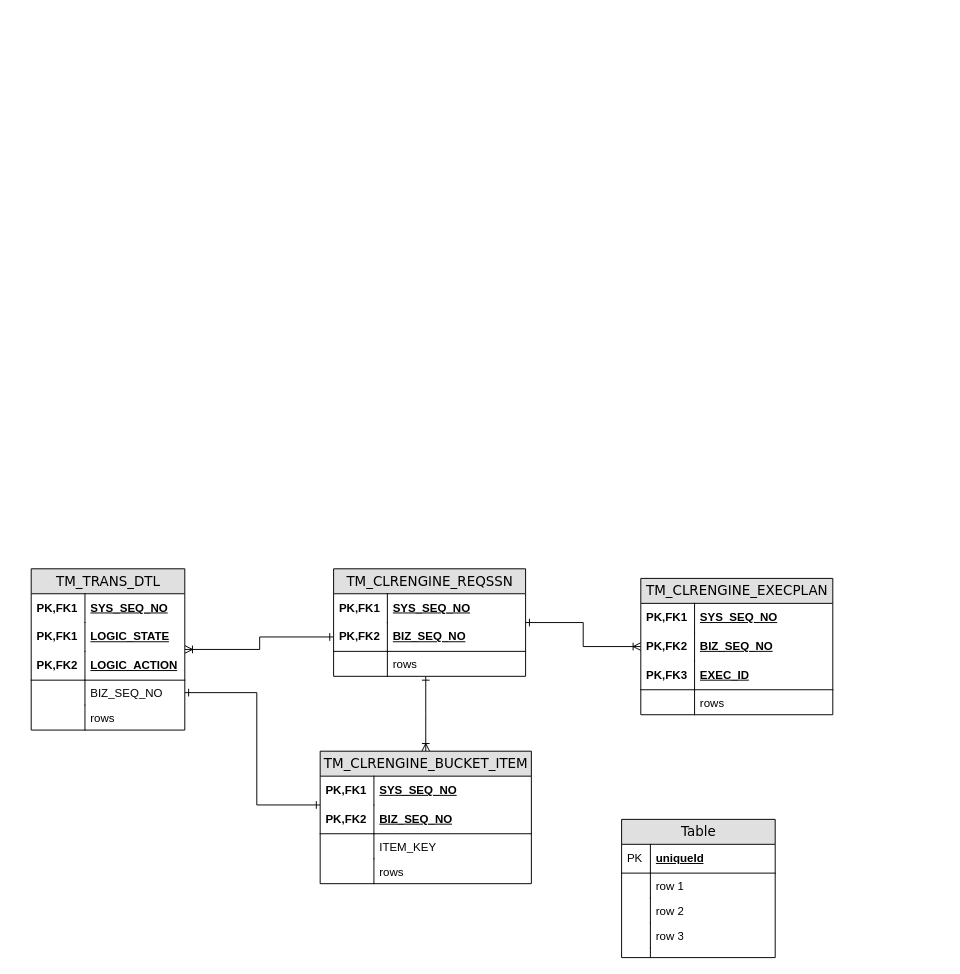
Before: 清算引擎数据结构图.drawio in staconfree/design, a draw.io diagram. Source tidied: cells renumbered, new cells numbered last; positions are measured from the earlier drawing's top-left corner, leaving out a move shared by most shapes. Both pictures are drawn from the tidied source at 96%, with x=0, y=0 at pixel (31, 568).
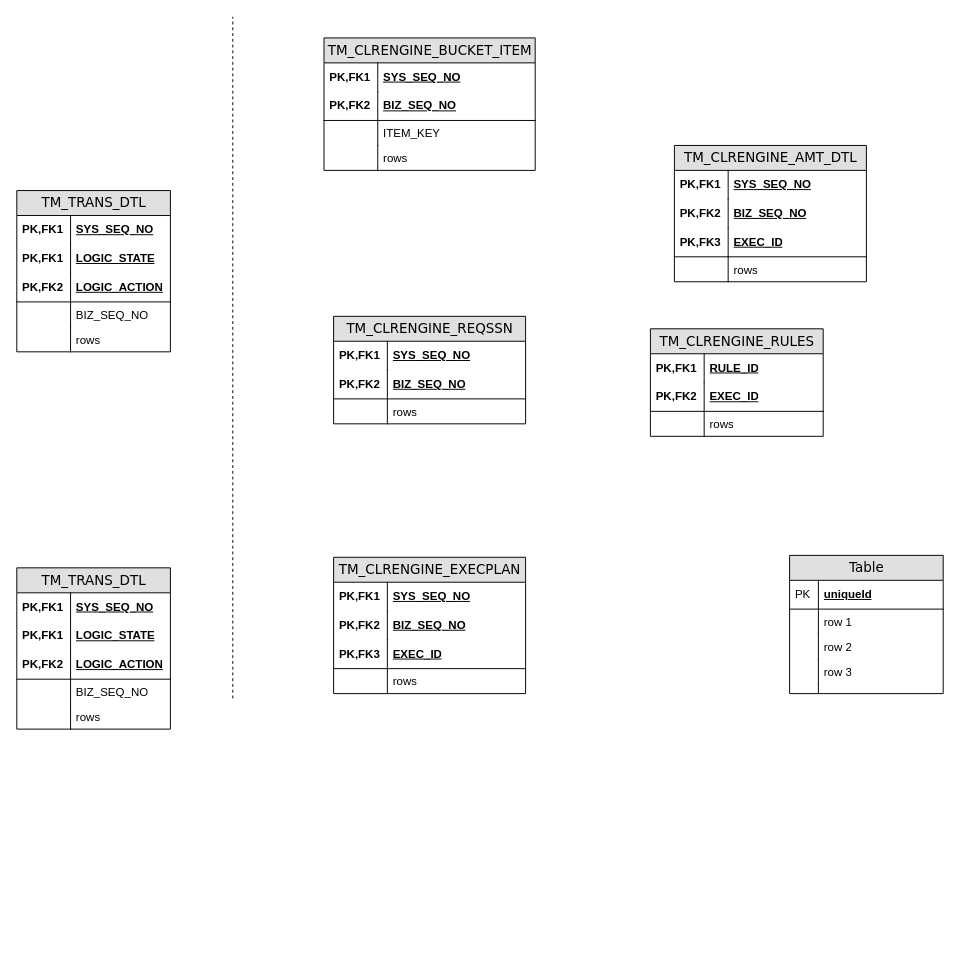
After the change.

Commit message (it also covers changes not shown here):
更新清算引擎数据结构图.drawio

Unchanged cells that the change refers to:
```xml
<mxCell id="22" value="BIZ_SEQ_NO" style="shape=partialRectangle;top=0;left=0;right=0;bottom=0;html=1;align=left;verticalAlign=top;fillColor=none;spacingLeft=60;spacingRight=4;whiteSpace=wrap;overflow=hidden;points=[[0,0.5],[1,0.5]];portConstraint=eastwest;" parent="15" vertex="1">
  <mxGeometry y="116" width="160" height="26" as="geometry" />
</mxCell>
<mxCell id="31" value="BIZ_SEQ_NO" style="shape=partialRectangle;top=0;left=0;right=0;bottom=1;html=1;align=left;verticalAlign=middle;fillColor=none;spacingLeft=60;spacingRight=4;whiteSpace=wrap;overflow=hidden;points=[[0,0.5],[1,0.5]];portConstraint=eastwest;fontStyle=5;" parent="28" vertex="1">
  <mxGeometry y="56" width="200" height="30" as="geometry" />
</mxCell>
```

Diff of the diagram source:
```diff
@@
     <mxCell id="2" value="Table" style="swimlane;html=1;fontStyle=0;horizontal=1;startSize=26;fillColor=#e0e0e0;swimlaneFillColor=#ffffff;align=center;rounded=0;shadow=0;comic=0;labelBackgroundColor=none;strokeColor=#000000;strokeWidth=1;fontFamily=Verdana;fontSize=14;fontColor=#000000;swimlaneLine=1;" parent="1" vertex="1">
-      <mxGeometry x="615" y="261" width="160" height="144" as="geometry" />
+      <mxGeometry x="790" y="-14" width="160" height="144" as="geometry" />
     </mxCell>
@@
-    <mxCell id="13" style="edgeStyle=elbowEdgeStyle;rounded=0;jettySize=auto;html=1;entryX=0;entryY=0.5;entryDx=0;entryDy=0;endArrow=ERone;endFill=0;startArrow=ERoneToMany;startFill=0;" parent="1" edge="1" source="15" target="31">
-      <mxGeometry relative="1" as="geometry" />
-    </mxCell>
-    <mxCell id="14" style="edgeStyle=orthogonalEdgeStyle;rounded=0;jettySize=auto;html=1;startArrow=ERone;startFill=0;endArrow=ERone;endFill=0;exitX=1;exitY=0.5;exitDx=0;exitDy=0;" parent="1" edge="1" source="22" target="44">
-      <mxGeometry relative="1" as="geometry">
-        <Array as="points">
-          <mxPoint x="235" y="129" />
-          <mxPoint x="235" y="246" />
-        </Array>
-      </mxGeometry>
-    </mxCell>
     <mxCell id="15" value="TM_TRANS_DTL" style="swimlane;html=1;fontStyle=0;horizontal=1;startSize=26;fillColor=#e0e0e0;swimlaneFillColor=#ffffff;align=center;rounded=0;shadow=0;comic=0;labelBackgroundColor=none;strokeColor=#000000;strokeWidth=1;fontFamily=Verdana;fontSize=14;fontColor=#000000;" parent="1" vertex="1">
-      <mxGeometry width="160" height="168" as="geometry" />
+      <mxGeometry x="-15" y="-394" width="160" height="168" as="geometry" />
     </mxCell>
@@
-    <mxCell id="26" style="edgeStyle=elbowEdgeStyle;rounded=0;jettySize=auto;html=1;startArrow=ERone;startFill=0;endArrow=ERoneToMany;endFill=0;" parent="1" edge="1" source="28" target="35">
-      <mxGeometry relative="1" as="geometry" />
-    </mxCell>
-    <mxCell id="27" style="edgeStyle=elbowEdgeStyle;rounded=0;jettySize=auto;html=1;entryX=0.5;entryY=0;entryDx=0;entryDy=0;startArrow=ERone;startFill=0;endArrow=ERoneToMany;endFill=0;" parent="1" edge="1" source="28" target="44">
-      <mxGeometry relative="1" as="geometry" />
-    </mxCell>
     <mxCell id="28" value="TM_CLRENGINE_REQSSN" style="swimlane;html=1;fontStyle=0;horizontal=1;startSize=26;fillColor=#e0e0e0;swimlaneFillColor=#ffffff;align=center;rounded=0;shadow=0;comic=0;labelBackgroundColor=none;strokeColor=#000000;strokeWidth=1;fontFamily=Verdana;fontSize=14;fontColor=#000000;" parent="1" vertex="1">
-      <mxGeometry x="315" width="200" height="112" as="geometry" />
+      <mxGeometry x="315" y="-263" width="200" height="112" as="geometry" />
     </mxCell>
@@
     <mxCell id="35" value="TM_CLRENGINE_EXECPLAN" style="swimlane;html=1;fontStyle=0;horizontal=1;startSize=26;fillColor=#e0e0e0;swimlaneFillColor=#ffffff;align=center;rounded=0;shadow=0;comic=0;labelBackgroundColor=none;strokeColor=#000000;strokeWidth=1;fontFamily=Verdana;fontSize=14;fontColor=#000000;" parent="1" vertex="1">
-      <mxGeometry x="635" y="10" width="200" height="142" as="geometry" />
+      <mxGeometry x="315" y="-12" width="200" height="142" as="geometry" />
     </mxCell>
@@
     <mxCell id="44" value="TM_CLRENGINE_BUCKET_ITEM" style="swimlane;html=1;fontStyle=0;horizontal=1;startSize=26;fillColor=#e0e0e0;swimlaneFillColor=#ffffff;align=center;rounded=0;shadow=0;comic=0;labelBackgroundColor=none;strokeColor=#000000;strokeWidth=1;fontFamily=Verdana;fontSize=14;fontColor=#000000;" parent="1" vertex="1">
-      <mxGeometry x="301" y="190" width="220" height="138" as="geometry" />
+      <mxGeometry x="305" y="-553" width="220" height="138" as="geometry" />
     </mxCell>
@@
+    <mxCell id="53" value="TM_CLRENGINE_AMT_DTL" style="swimlane;html=1;fontStyle=0;horizontal=1;startSize=26;fillColor=#e0e0e0;swimlaneFillColor=#ffffff;align=center;rounded=0;shadow=0;comic=0;labelBackgroundColor=none;strokeColor=#000000;strokeWidth=1;fontFamily=Verdana;fontSize=14;fontColor=#000000;" parent="1" vertex="1">
+      <mxGeometry x="670" y="-441" width="200" height="142" as="geometry" />
+    </mxCell>
+    <mxCell id="54" value="SYS_SEQ_NO" style="shape=partialRectangle;top=0;left=0;right=0;bottom=0;html=1;align=left;verticalAlign=middle;fillColor=none;spacingLeft=60;spacingRight=4;whiteSpace=wrap;overflow=hidden;fontStyle=5;" parent="53" vertex="1">
+      <mxGeometry y="26" width="200" height="30" as="geometry" />
+    </mxCell>
+    <mxCell id="55" value="PK,FK1" style="shape=partialRectangle;fontStyle=1;top=0;left=0;bottom=0;html=1;fillColor=none;align=left;verticalAlign=middle;spacingLeft=4;spacingRight=4;whiteSpace=wrap;overflow=hidden;" parent="54" vertex="1">
+      <mxGeometry width="56" height="30" as="geometry" />
+    </mxCell>
+    <mxCell id="56" value="BIZ_SEQ_NO" style="shape=partialRectangle;top=0;left=0;right=0;bottom=0;html=1;align=left;verticalAlign=middle;fillColor=none;spacingLeft=60;spacingRight=4;whiteSpace=wrap;overflow=hidden;fontStyle=5;" parent="53" vertex="1">
+      <mxGeometry y="56" width="200" height="30" as="geometry" />
+    </mxCell>
+    <mxCell id="57" value="PK,FK2" style="shape=partialRectangle;fontStyle=1;top=0;left=0;bottom=0;html=1;fillColor=none;align=left;verticalAlign=middle;spacingLeft=4;spacingRight=4;whiteSpace=wrap;overflow=hidden;" parent="56" vertex="1">
+      <mxGeometry width="56" height="30" as="geometry" />
+    </mxCell>
+    <mxCell id="58" value="EXEC_ID" style="shape=partialRectangle;top=0;left=0;right=0;bottom=1;html=1;align=left;verticalAlign=middle;fillColor=none;spacingLeft=60;spacingRight=4;whiteSpace=wrap;overflow=hidden;fontStyle=5;" parent="53" vertex="1">
+      <mxGeometry y="86" width="200" height="30" as="geometry" />
+    </mxCell>
+    <mxCell id="59" value="&lt;div&gt;PK,FK3&lt;/div&gt;" style="shape=partialRectangle;fontStyle=1;top=0;left=0;bottom=0;html=1;fillColor=none;align=left;verticalAlign=middle;spacingLeft=4;spacingRight=4;whiteSpace=wrap;overflow=hidden;" parent="58" vertex="1">
+      <mxGeometry width="56" height="30" as="geometry" />
+    </mxCell>
+    <mxCell id="60" value="&lt;div&gt;rows&lt;/div&gt;" style="shape=partialRectangle;top=0;left=0;right=0;bottom=0;html=1;align=left;verticalAlign=top;fillColor=none;spacingLeft=60;spacingRight=4;whiteSpace=wrap;overflow=hidden;" parent="53" vertex="1">
+      <mxGeometry y="116" width="200" height="26" as="geometry" />
+    </mxCell>
+    <mxCell id="61" style="shape=partialRectangle;top=0;left=0;bottom=0;html=1;fillColor=none;align=left;verticalAlign=top;spacingLeft=4;spacingRight=4;whiteSpace=wrap;overflow=hidden;" parent="60" vertex="1">
+      <mxGeometry width="56" height="26" as="geometry" />
+    </mxCell>
+    <mxCell id="62" value="TM_TRANS_DTL" style="swimlane;html=1;fontStyle=0;horizontal=1;startSize=26;fillColor=#e0e0e0;swimlaneFillColor=#ffffff;align=center;rounded=0;shadow=0;comic=0;labelBackgroundColor=none;strokeColor=#000000;strokeWidth=1;fontFamily=Verdana;fontSize=14;fontColor=#000000;" parent="1" vertex="1">
+      <mxGeometry x="-15" y="-1" width="160" height="168" as="geometry" />
+    </mxCell>
+    <mxCell id="63" value="SYS_SEQ_NO" style="shape=partialRectangle;top=0;left=0;right=0;bottom=0;html=1;align=left;verticalAlign=middle;fillColor=none;spacingLeft=60;spacingRight=4;whiteSpace=wrap;overflow=hidden;fontStyle=5;" parent="62" vertex="1">
+      <mxGeometry y="26" width="160" height="30" as="geometry" />
+    </mxCell>
+    <mxCell id="64" value="PK,FK1" style="shape=partialRectangle;fontStyle=1;top=0;left=0;bottom=0;html=1;fillColor=none;align=left;verticalAlign=middle;spacingLeft=4;spacingRight=4;whiteSpace=wrap;overflow=hidden;" parent="63" vertex="1">
+      <mxGeometry width="56" height="30" as="geometry" />
+    </mxCell>
+    <mxCell id="65" value="LOGIC_STATE" style="shape=partialRectangle;top=0;left=0;right=0;bottom=0;html=1;align=left;verticalAlign=middle;fillColor=none;spacingLeft=60;spacingRight=4;whiteSpace=wrap;overflow=hidden;fontStyle=5;" parent="62" vertex="1">
+      <mxGeometry y="56" width="160" height="30" as="geometry" />
+    </mxCell>
+    <mxCell id="66" value="PK,FK1" style="shape=partialRectangle;fontStyle=1;top=0;left=0;bottom=0;html=1;fillColor=none;align=left;verticalAlign=middle;spacingLeft=4;spacingRight=4;whiteSpace=wrap;overflow=hidden;" parent="65" vertex="1">
+      <mxGeometry width="56" height="30" as="geometry" />
+    </mxCell>
+    <mxCell id="67" value="LOGIC_ACTION" style="shape=partialRectangle;top=0;left=0;right=0;bottom=1;html=1;align=left;verticalAlign=middle;fillColor=none;spacingLeft=60;spacingRight=4;whiteSpace=wrap;overflow=hidden;fontStyle=5;" parent="62" vertex="1">
+      <mxGeometry y="86" width="160" height="30" as="geometry" />
+    </mxCell>
+    <mxCell id="68" value="PK,FK2" style="shape=partialRectangle;fontStyle=1;top=0;left=0;bottom=0;html=1;fillColor=none;align=left;verticalAlign=middle;spacingLeft=4;spacingRight=4;whiteSpace=wrap;overflow=hidden;" parent="67" vertex="1">
+      <mxGeometry width="56" height="30" as="geometry" />
+    </mxCell>
+    <mxCell id="69" value="BIZ_SEQ_NO" style="shape=partialRectangle;top=0;left=0;right=0;bottom=0;html=1;align=left;verticalAlign=top;fillColor=none;spacingLeft=60;spacingRight=4;whiteSpace=wrap;overflow=hidden;" parent="62" vertex="1">
+      <mxGeometry y="116" width="160" height="26" as="geometry" />
+    </mxCell>
+    <mxCell id="70" style="shape=partialRectangle;top=0;left=0;bottom=0;html=1;fillColor=none;align=left;verticalAlign=top;spacingLeft=4;spacingRight=4;whiteSpace=wrap;overflow=hidden;" parent="69" vertex="1">
+      <mxGeometry width="56" height="26" as="geometry" />
+    </mxCell>
+    <mxCell id="71" value="&lt;div&gt;rows&lt;/div&gt;" style="shape=partialRectangle;top=0;left=0;right=0;bottom=0;html=1;align=left;verticalAlign=top;fillColor=none;spacingLeft=60;spacingRight=4;whiteSpace=wrap;overflow=hidden;" parent="62" vertex="1">
+      <mxGeometry y="142" width="160" height="26" as="geometry" />
+    </mxCell>
+    <mxCell id="72" style="shape=partialRectangle;top=0;left=0;bottom=0;html=1;fillColor=none;align=left;verticalAlign=top;spacingLeft=4;spacingRight=4;whiteSpace=wrap;overflow=hidden;" parent="71" vertex="1">
+      <mxGeometry width="56" height="26" as="geometry" />
+    </mxCell>
+    <mxCell id="73" style="endArrow=none;dashed=1;html=1;" parent="1" edge="1">
+      <mxGeometry relative="1" as="geometry">
+        <mxPoint x="210" y="135" as="sourcePoint" />
+        <mxPoint x="210" y="-575" as="targetPoint" />
+      </mxGeometry>
+    </mxCell>
+    <mxCell id="74" value="TM_CLRENGINE_RULES" style="swimlane;html=1;fontStyle=0;horizontal=1;startSize=26;fillColor=#e0e0e0;swimlaneFillColor=#ffffff;align=center;rounded=0;shadow=0;comic=0;labelBackgroundColor=none;strokeColor=#000000;strokeWidth=1;fontFamily=Verdana;fontSize=14;fontColor=#000000;" parent="1" vertex="1">
+      <mxGeometry x="645" y="-250" width="180" height="112" as="geometry" />
+    </mxCell>
+    <mxCell id="75" value="RULE_ID" style="shape=partialRectangle;top=0;left=0;right=0;bottom=0;html=1;align=left;verticalAlign=middle;fillColor=none;spacingLeft=60;spacingRight=4;whiteSpace=wrap;overflow=hidden;fontStyle=5;" parent="74" vertex="1">
+      <mxGeometry y="26" width="180" height="30" as="geometry" />
+    </mxCell>
+    <mxCell id="76" value="PK,FK1" style="shape=partialRectangle;fontStyle=1;top=0;left=0;bottom=0;html=1;fillColor=none;align=left;verticalAlign=middle;spacingLeft=4;spacingRight=4;whiteSpace=wrap;overflow=hidden;" parent="75" vertex="1">
+      <mxGeometry width="56" height="30" as="geometry" />
+    </mxCell>
+    <mxCell id="77" value="EXEC_ID" style="shape=partialRectangle;top=0;left=0;right=0;bottom=1;html=1;align=left;verticalAlign=middle;fillColor=none;spacingLeft=60;spacingRight=4;whiteSpace=wrap;overflow=hidden;fontStyle=5;" parent="74" vertex="1">
+      <mxGeometry y="56" width="180" height="30" as="geometry" />
+    </mxCell>
+    <mxCell id="78" value="PK,FK2" style="shape=partialRectangle;fontStyle=1;top=0;left=0;bottom=0;html=1;fillColor=none;align=left;verticalAlign=middle;spacingLeft=4;spacingRight=4;whiteSpace=wrap;overflow=hidden;" parent="77" vertex="1">
+      <mxGeometry width="56" height="30" as="geometry" />
+    </mxCell>
+    <mxCell id="79" value="&lt;div&gt;rows&lt;/div&gt;" style="shape=partialRectangle;top=0;left=0;right=0;bottom=0;html=1;align=left;verticalAlign=top;fillColor=none;spacingLeft=60;spacingRight=4;whiteSpace=wrap;overflow=hidden;" parent="74" vertex="1">
+      <mxGeometry y="86" width="180" height="26" as="geometry" />
+    </mxCell>
+    <mxCell id="80" style="shape=partialRectangle;top=0;left=0;bottom=0;html=1;fillColor=none;align=left;verticalAlign=top;spacingLeft=4;spacingRight=4;whiteSpace=wrap;overflow=hidden;" parent="79" vertex="1">
+      <mxGeometry width="56" height="26" as="geometry" />
+    </mxCell>
```
